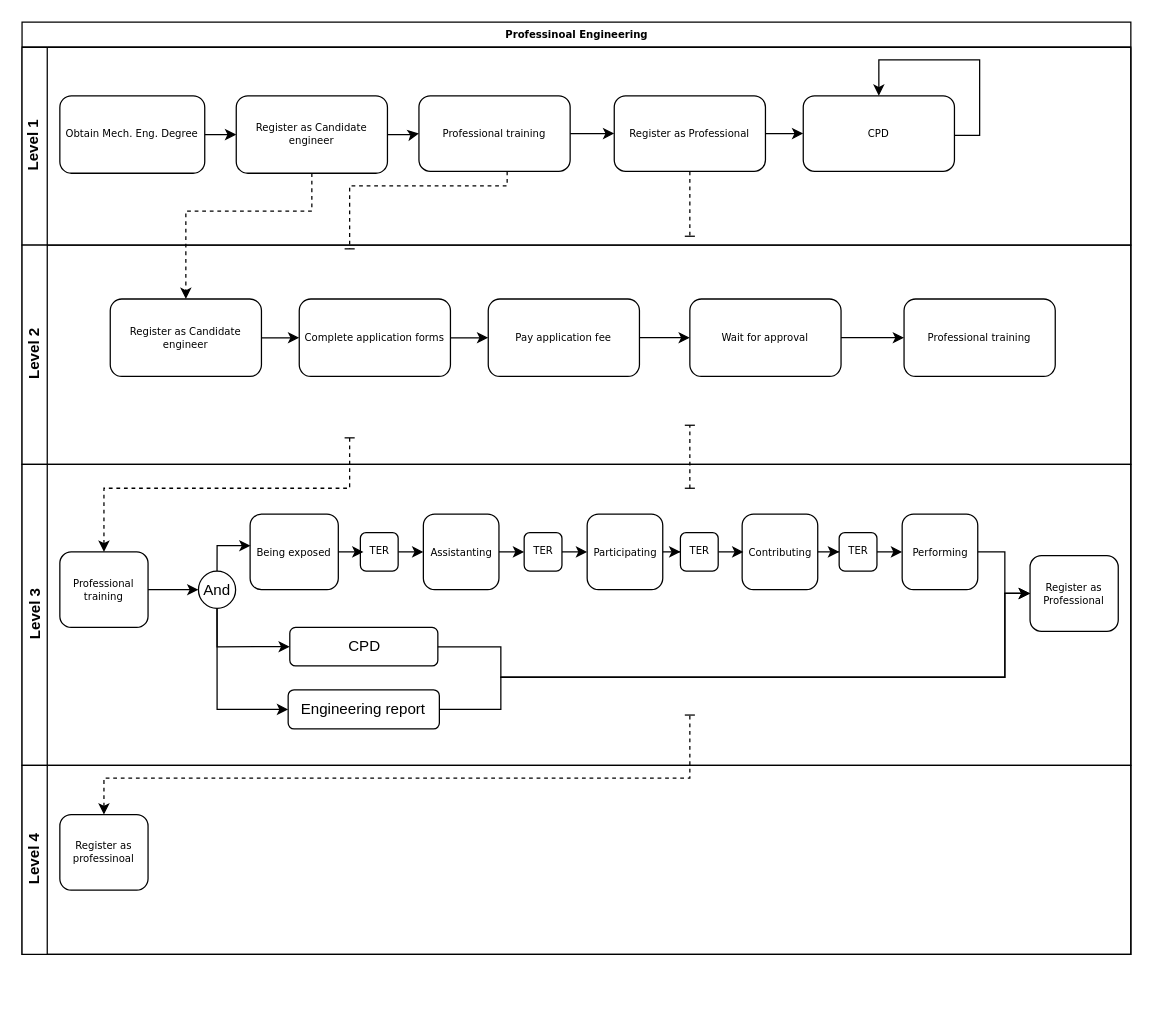
The draw.io diagram FENG ASS2.drawio in Corlieus/Diagrams, before the edit. Source tidied: cells renumbered, new cells numbered last; positions are measured from the earlier drawing's top-left corner, leaving out a move shared by most shapes. Both pictures are drawn from the tidied source at 126%, with x=0, y=0 at pixel (21, 21).
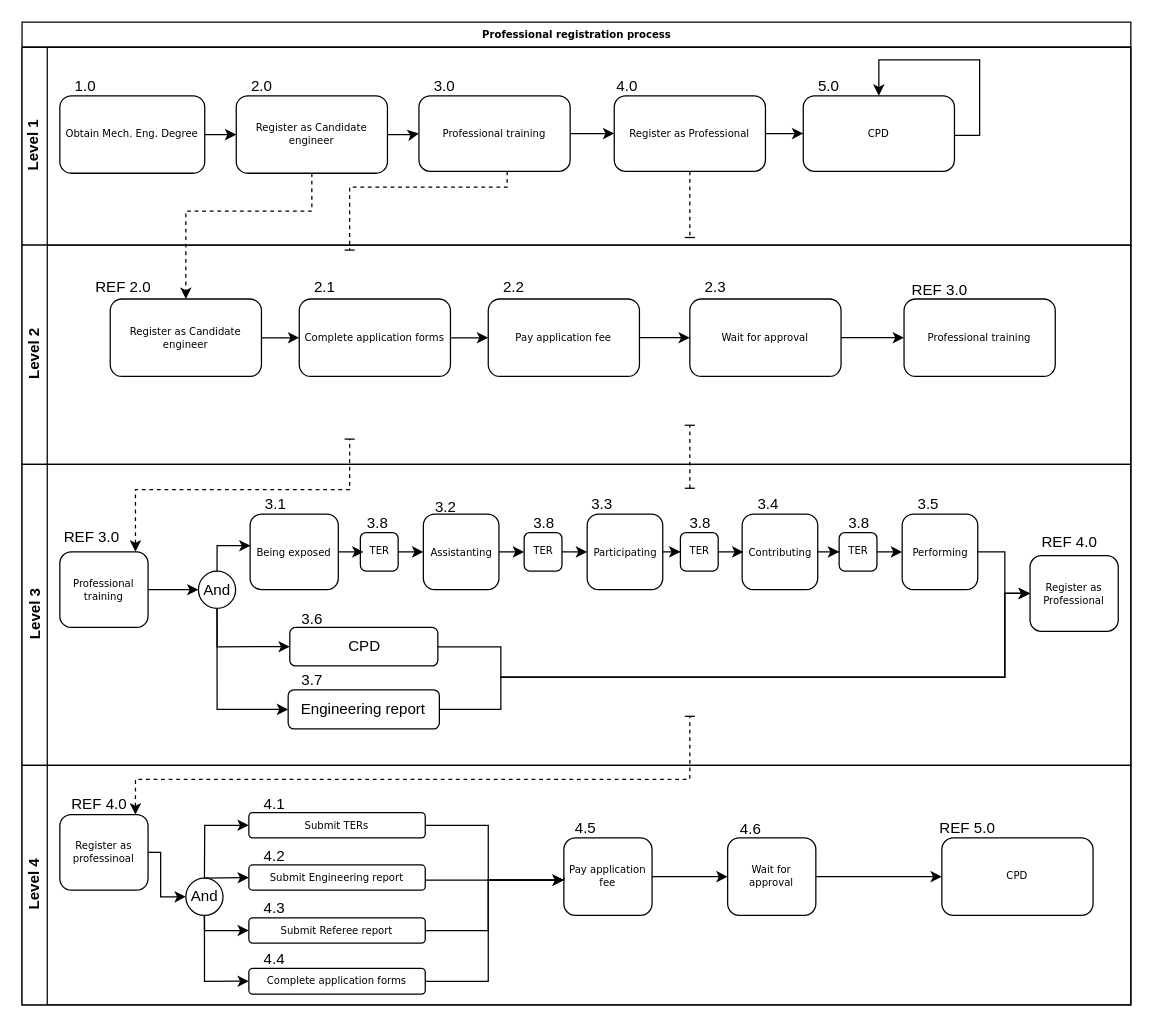
Above is the later version.

The change refers to these unchanged cells:
```xml
<mxCell id="3" value="Level 1" style="swimlane;html=1;startSize=20;horizontal=0;" parent="2" vertex="1">
  <mxGeometry y="20" width="880" height="157" as="geometry" />
</mxCell>
<mxCell id="9" value="Professional training" style="whiteSpace=wrap;html=1;fontSize=8;fontFamily=Verdana;rounded=1;shadow=0;labelBackgroundColor=none;strokeWidth=1;" parent="3" vertex="1">
  <mxGeometry x="315" y="38.5" width="120" height="60" as="geometry" />
</mxCell>
<mxCell id="11" value="Register as Professional" style="whiteSpace=wrap;html=1;fontSize=8;fontFamily=Verdana;rounded=1;shadow=0;labelBackgroundColor=none;strokeWidth=1;" parent="3" vertex="1">
  <mxGeometry x="470" y="38.5" width="120" height="60" as="geometry" />
</mxCell>
<mxCell id="25" value="Level 3" style="swimlane;html=1;startSize=20;horizontal=0;" parent="2" vertex="1">
  <mxGeometry y="351" width="880" height="239" as="geometry" />
</mxCell>
<mxCell id="27" value="Professional training" style="whiteSpace=wrap;html=1;fontSize=8;fontFamily=Verdana;rounded=1;shadow=0;labelBackgroundColor=none;strokeWidth=1;" parent="25" vertex="1">
  <mxGeometry x="30" y="69.5" width="70" height="60" as="geometry" />
</mxCell>
<mxCell id="56" value="Register as professinoal" style="whiteSpace=wrap;html=1;fontSize=8;fontFamily=Verdana;rounded=1;shadow=0;labelBackgroundColor=none;strokeWidth=1;" parent="55" vertex="1">
  <mxGeometry x="30" y="39" width="70" height="60" as="geometry" />
</mxCell>
```

What changed in the source:
```diff
@@
-    <mxCell id="2" value="Professinoal Engineering" style="swimlane;html=1;horizontal=1;startSize=20;rounded=0;shadow=0;labelBackgroundColor=none;strokeWidth=1;fontFamily=Verdana;fontSize=8;align=center;" parent="1" vertex="1">
-      <mxGeometry width="880" height="740" as="geometry" />
+    <mxCell id="2" value="Professional registration process" style="swimlane;html=1;horizontal=1;startSize=20;rounded=0;shadow=0;labelBackgroundColor=none;strokeWidth=1;fontFamily=Verdana;fontSize=8;align=center;" parent="1" vertex="1">
+      <mxGeometry width="880" height="780" as="geometry" />
     </mxCell>
@@
+    <mxCell id="62" value="1.0" style="text;html=1;align=center;verticalAlign=middle;strokeColor=none;fillColor=none;" parent="3" vertex="1">
+      <mxGeometry x="30" y="16" width="40" height="30" as="geometry" />
+    </mxCell>
+    <mxCell id="63" value="2.0" style="text;html=1;align=center;verticalAlign=middle;strokeColor=none;fillColor=none;" parent="3" vertex="1">
+      <mxGeometry x="170" y="16" width="40" height="30" as="geometry" />
+    </mxCell>
+    <mxCell id="64" value="5.0" style="text;html=1;align=center;verticalAlign=middle;strokeColor=none;fillColor=none;" parent="3" vertex="1">
+      <mxGeometry x="620" y="16" width="40" height="30" as="geometry" />
+    </mxCell>
+    <mxCell id="65" value="3.0" style="text;html=1;align=center;verticalAlign=middle;strokeColor=none;fillColor=none;" parent="3" vertex="1">
+      <mxGeometry x="315" y="16" width="40" height="30" as="geometry" />
+    </mxCell>
+    <mxCell id="66" value="4.0" style="text;html=1;align=center;verticalAlign=middle;strokeColor=none;fillColor=none;" parent="3" vertex="1">
+      <mxGeometry x="460" y="16" width="40" height="30" as="geometry" />
+    </mxCell>
@@
+    <mxCell id="67" value="REF 3.0" style="text;html=1;align=center;verticalAlign=middle;points=[];strokeColor=none;fillColor=none;" parent="25" vertex="1">
+      <mxGeometry x="20" y="42.5" width="70" height="30" as="geometry" />
+    </mxCell>
+    <mxCell id="68" value="3.1" style="text;html=1;align=center;verticalAlign=middle;strokeColor=none;fillColor=none;" parent="25" vertex="1">
+      <mxGeometry x="181" y="16.5" width="40" height="30" as="geometry" />
+    </mxCell>
+    <mxCell id="69" value="3.3" style="text;html=1;align=center;verticalAlign=middle;strokeColor=none;fillColor=none;" parent="25" vertex="1">
+      <mxGeometry x="440" y="16.5" width="40" height="30" as="geometry" />
+    </mxCell>
+    <mxCell id="70" value="3.4" style="text;html=1;align=center;verticalAlign=middle;strokeColor=none;fillColor=none;" parent="25" vertex="1">
+      <mxGeometry x="571.5" y="16.5" width="40" height="30" as="geometry" />
+    </mxCell>
+    <mxCell id="71" value="3.5" style="text;html=1;align=center;verticalAlign=middle;strokeColor=none;fillColor=none;" parent="25" vertex="1">
+      <mxGeometry x="698.5" y="16.5" width="40" height="30" as="geometry" />
+    </mxCell>
+    <mxCell id="72" value="3.6" style="text;html=1;align=center;verticalAlign=middle;strokeColor=none;fillColor=none;" parent="25" vertex="1">
+      <mxGeometry x="210" y="108.2" width="40" height="30" as="geometry" />
+    </mxCell>
+    <mxCell id="73" value="3.7" style="text;html=1;align=center;verticalAlign=middle;strokeColor=none;fillColor=none;" parent="25" vertex="1">
+      <mxGeometry x="210" y="157" width="40" height="30" as="geometry" />
+    </mxCell>
+    <mxCell id="74" value="REF 4.0" style="text;html=1;align=center;verticalAlign=middle;strokeColor=none;fillColor=none;" parent="25" vertex="1">
+      <mxGeometry x="796" y="46.5" width="70" height="30" as="geometry" />
+    </mxCell>
+    <mxCell id="75" value="3.8" style="text;html=1;align=center;verticalAlign=middle;strokeColor=none;fillColor=none;" parent="25" vertex="1">
+      <mxGeometry x="261.5" y="32" width="40" height="30" as="geometry" />
+    </mxCell>
+    <mxCell id="76" value="3.8" style="text;html=1;align=center;verticalAlign=middle;strokeColor=none;fillColor=none;" parent="25" vertex="1">
+      <mxGeometry x="393.5" y="32" width="40" height="30" as="geometry" />
+    </mxCell>
+    <mxCell id="77" value="3.8" style="text;html=1;align=center;verticalAlign=middle;strokeColor=none;fillColor=none;" parent="25" vertex="1">
+      <mxGeometry x="517.5" y="32" width="40" height="30" as="geometry" />
+    </mxCell>
+    <mxCell id="78" value="3.8" style="text;html=1;align=center;verticalAlign=middle;strokeColor=none;fillColor=none;" parent="25" vertex="1">
+      <mxGeometry x="643.5" y="32" width="40" height="30" as="geometry" />
+    </mxCell>
     <mxCell id="55" value="Level 4" style="swimlane;html=1;startSize=20;horizontal=0;" parent="2" vertex="1">
-      <mxGeometry y="590" width="880" height="150" as="geometry" />
+      <mxGeometry y="590" width="880" height="190" as="geometry" />
     </mxCell>
+    <mxCell id="79" style="edgeStyle=orthogonalEdgeStyle;rounded=0;jettySize=auto;html=1;entryX=0;entryY=0.5;entryDx=0;entryDy=0;startArrow=none;startFill=0;endArrow=classic;endFill=1;" parent="55" edge="1" source="56" target="91">
+      <mxGeometry relative="1" as="geometry">
+        <Array as="points">
+          <mxPoint x="110" y="69" />
+          <mxPoint x="110" y="104" />
+          <mxPoint x="130" y="104" />
+        </Array>
+      </mxGeometry>
+    </mxCell>
@@
+    <mxCell id="80" value="Complete application forms" style="rounded=1;whiteSpace=wrap;html=1;shadow=0;labelBackgroundColor=none;strokeWidth=1;fontFamily=Verdana;fontSize=8;align=center;" parent="55" vertex="1">
+      <mxGeometry x="180" y="161" width="140" height="20.5" as="geometry" />
+    </mxCell>
+    <mxCell id="81" style="edgeStyle=orthogonalEdgeStyle;rounded=0;jettySize=auto;html=1;entryX=0;entryY=0.5;entryDx=0;entryDy=0;startArrow=none;startFill=0;endArrow=classic;endFill=1;" parent="55" edge="1" source="82" target="84">
+      <mxGeometry relative="1" as="geometry" />
+    </mxCell>
+    <mxCell id="82" value="Pay application fee" style="rounded=1;whiteSpace=wrap;html=1;shadow=0;labelBackgroundColor=none;strokeWidth=1;fontFamily=Verdana;fontSize=8;align=center;" parent="55" vertex="1">
+      <mxGeometry x="430" y="57.5" width="70" height="61.5" as="geometry" />
+    </mxCell>
+    <mxCell id="83" style="edgeStyle=orthogonalEdgeStyle;rounded=0;jettySize=auto;html=1;entryX=0;entryY=0.5;entryDx=0;entryDy=0;startArrow=none;startFill=0;endArrow=classic;endFill=1;" parent="55" edge="1" source="84" target="85">
+      <mxGeometry relative="1" as="geometry" />
+    </mxCell>
+    <mxCell id="84" value="Wait for approval" style="rounded=1;whiteSpace=wrap;html=1;shadow=0;labelBackgroundColor=none;strokeWidth=1;fontFamily=Verdana;fontSize=8;align=center;" parent="55" vertex="1">
+      <mxGeometry x="560" y="57.5" width="70" height="61.5" as="geometry" />
+    </mxCell>
+    <mxCell id="85" value="CPD" style="rounded=1;whiteSpace=wrap;html=1;shadow=0;labelBackgroundColor=none;strokeWidth=1;fontFamily=Verdana;fontSize=8;align=center;" parent="55" vertex="1">
+      <mxGeometry x="730" y="57.5" width="120" height="61.5" as="geometry" />
+    </mxCell>
+    <mxCell id="86" style="edgeStyle=orthogonalEdgeStyle;rounded=0;jettySize=auto;html=1;startArrow=none;startFill=0;endArrow=classic;endFill=1;" parent="55" edge="1" source="87" target="82">
+      <mxGeometry relative="1" as="geometry">
+        <Array as="points">
+          <mxPoint x="370" y="48" />
+          <mxPoint x="370" y="91" />
+        </Array>
+      </mxGeometry>
+    </mxCell>
+    <mxCell id="87" value="Submit TERs" style="whiteSpace=wrap;html=1;fontSize=8;fontFamily=Verdana;rounded=1;shadow=0;labelBackgroundColor=none;strokeWidth=1;" parent="55" vertex="1">
+      <mxGeometry x="180" y="37.5" width="140" height="20" as="geometry" />
+    </mxCell>
+    <mxCell id="88" style="edgeStyle=orthogonalEdgeStyle;rounded=0;jettySize=auto;html=1;entryX=0;entryY=0.5;entryDx=0;entryDy=0;startArrow=none;startFill=0;endArrow=classic;endFill=1;" parent="55" edge="1" source="91" target="87">
+      <mxGeometry relative="1" as="geometry">
+        <Array as="points">
+          <mxPoint x="145" y="81" />
+          <mxPoint x="145" y="70" />
+          <mxPoint x="145" y="48" />
+        </Array>
+      </mxGeometry>
+    </mxCell>
+    <mxCell id="89" style="edgeStyle=orthogonalEdgeStyle;rounded=0;jettySize=auto;html=1;entryX=0;entryY=0.5;entryDx=0;entryDy=0;startArrow=none;startFill=0;endArrow=classic;endFill=1;" parent="55" edge="1" source="91" target="92">
+      <mxGeometry relative="1" as="geometry">
+        <Array as="points">
+          <mxPoint x="145" y="89" />
+        </Array>
+      </mxGeometry>
+    </mxCell>
+    <mxCell id="90" style="edgeStyle=orthogonalEdgeStyle;rounded=0;jettySize=auto;html=1;entryX=0;entryY=0.5;entryDx=0;entryDy=0;startArrow=none;startFill=0;endArrow=classic;endFill=1;" parent="55" edge="1" source="91" target="93">
+      <mxGeometry relative="1" as="geometry">
+        <Array as="points">
+          <mxPoint x="145" y="131" />
+        </Array>
+      </mxGeometry>
+    </mxCell>
+    <mxCell id="91" value="And" style="ellipse;whiteSpace=wrap;html=1;fillColor=#FFFFFF;" parent="55" vertex="1">
+      <mxGeometry x="130" y="89.5" width="29.5" height="29.5" as="geometry" />
+    </mxCell>
+    <mxCell id="92" value="Submit Engineering report" style="whiteSpace=wrap;html=1;fontSize=8;fontFamily=Verdana;rounded=1;shadow=0;labelBackgroundColor=none;strokeWidth=1;" parent="55" vertex="1">
+      <mxGeometry x="180" y="79" width="140" height="20" as="geometry" />
+    </mxCell>
+    <mxCell id="93" value="Submit Referee report" style="whiteSpace=wrap;html=1;fontSize=8;fontFamily=Verdana;rounded=1;shadow=0;labelBackgroundColor=none;strokeWidth=1;" parent="55" vertex="1">
+      <mxGeometry x="180" y="121" width="140" height="20" as="geometry" />
+    </mxCell>
+    <mxCell id="94" value="REF 4.0" style="text;html=1;align=center;verticalAlign=middle;strokeColor=none;fillColor=none;" parent="55" vertex="1">
+      <mxGeometry x="26" y="15.5" width="70" height="30" as="geometry" />
+    </mxCell>
+    <mxCell id="95" value="4.4" style="text;html=1;align=center;verticalAlign=middle;strokeColor=none;fillColor=none;" parent="55" vertex="1">
+      <mxGeometry x="180" y="139" width="40" height="30" as="geometry" />
+    </mxCell>
+    <mxCell id="96" value="4.1" style="text;html=1;align=center;verticalAlign=middle;strokeColor=none;fillColor=none;" parent="55" vertex="1">
+      <mxGeometry x="180" y="15.5" width="40" height="30" as="geometry" />
+    </mxCell>
+    <mxCell id="97" style="edgeStyle=orthogonalEdgeStyle;rounded=0;jettySize=auto;html=1;startArrow=none;startFill=0;endArrow=classic;endFill=1;entryX=0;entryY=0.5;entryDx=0;entryDy=0;" parent="55" edge="1" source="91" target="80">
+      <mxGeometry relative="1" as="geometry">
+        <Array as="points">
+          <mxPoint x="145" y="171" />
+        </Array>
+      </mxGeometry>
+    </mxCell>
+    <mxCell id="98" value="4.5" style="text;html=1;align=center;verticalAlign=middle;strokeColor=none;fillColor=none;" parent="55" vertex="1">
+      <mxGeometry x="427" y="34.5" width="40" height="30" as="geometry" />
+    </mxCell>
+    <mxCell id="99" value="4.6" style="text;html=1;align=center;verticalAlign=middle;strokeColor=none;fillColor=none;" parent="55" vertex="1">
+      <mxGeometry x="558" y="35.5" width="40" height="30" as="geometry" />
+    </mxCell>
+    <mxCell id="100" value="REF 5.0" style="text;html=1;align=center;verticalAlign=middle;strokeColor=none;fillColor=none;" parent="55" vertex="1">
+      <mxGeometry x="715" y="34.5" width="70" height="30" as="geometry" />
+    </mxCell>
@@
     <mxCell id="58" style="edgeStyle=orthogonalEdgeStyle;rounded=0;jettySize=auto;html=1;dashed=1;startArrow=none;startFill=0;endArrow=baseDash;endFill=0;" parent="1" edge="1" source="9">
       <mxGeometry relative="1" as="geometry">
-        <mxPoint x="260" y="180" as="targetPoint" />
+        <mxPoint x="260" y="181" as="targetPoint" />
         <Array as="points">
-          <mxPoint x="385" y="130" />
-          <mxPoint x="260" y="130" />
+          <mxPoint x="385" y="131" />
+          <mxPoint x="260" y="131" />
         </Array>
       </mxGeometry>
     </mxCell>
-    <mxCell id="59" style="edgeStyle=orthogonalEdgeStyle;rounded=0;jettySize=auto;html=1;dashed=1;startArrow=classic;startFill=1;endArrow=baseDash;endFill=0;exitX=0.5;exitY=0;exitDx=0;exitDy=0;" parent="1" edge="1" source="27">
+    <mxCell id="59" style="edgeStyle=orthogonalEdgeStyle;rounded=0;jettySize=auto;html=1;dashed=1;startArrow=classic;startFill=1;endArrow=baseDash;endFill=0;exitX=1;exitY=0.894;exitDx=0;exitDy=0;exitPerimeter=0;" parent="1" edge="1" source="67">
       <mxGeometry relative="1" as="geometry">
-        <mxPoint x="260" y="330" as="targetPoint" />
+        <mxPoint x="260" y="331" as="targetPoint" />
         <Array as="points">
-          <mxPoint x="65" y="370" />
-          <mxPoint x="260" y="370" />
+          <mxPoint x="90" y="371" />
+          <mxPoint x="260" y="371" />
         </Array>
       </mxGeometry>
     </mxCell>
     <mxCell id="60" style="edgeStyle=orthogonalEdgeStyle;rounded=0;jettySize=auto;html=1;startArrow=none;startFill=0;endArrow=baseDash;endFill=0;dashed=1;" parent="1" edge="1" source="11">
       <mxGeometry relative="1" as="geometry">
-        <mxPoint x="530" y="170" as="targetPoint" />
+        <mxPoint x="530" y="171" as="targetPoint" />
       </mxGeometry>
     </mxCell>
-    <mxCell id="61" style="edgeStyle=orthogonalEdgeStyle;rounded=0;jettySize=auto;html=1;exitX=0.5;exitY=0;exitDx=0;exitDy=0;dashed=1;startArrow=classic;startFill=1;endArrow=baseDash;endFill=0;" parent="1" edge="1" source="56">
+    <mxCell id="61" style="edgeStyle=orthogonalEdgeStyle;rounded=0;orthogonalLoop=1;jettySize=auto;html=1;dashed=1;startArrow=classic;startFill=1;endArrow=baseDash;endFill=0;" parent="1" edge="1">
       <mxGeometry relative="1" as="geometry">
-        <mxPoint x="530" y="550" as="targetPoint" />
+        <mxPoint x="90" y="629" as="sourcePoint" />
+        <mxPoint x="530" y="551" as="targetPoint" />
         <Array as="points">
-          <mxPoint x="65" y="600" />
-          <mxPoint x="530" y="600" />
+          <mxPoint x="90" y="629" />
+          <mxPoint x="90" y="601" />
+          <mxPoint x="530" y="601" />
         </Array>
       </mxGeometry>
     </mxCell>
+    <mxCell id="101" value="REF 2.0" style="text;html=1;align=center;verticalAlign=middle;strokeColor=none;fillColor=none;" parent="1" vertex="1">
+      <mxGeometry x="45" y="196" width="70" height="30" as="geometry" />
+    </mxCell>
+    <mxCell id="102" value="2.1" style="text;html=1;align=center;verticalAlign=middle;strokeColor=none;fillColor=none;" parent="1" vertex="1">
+      <mxGeometry x="220" y="196" width="40" height="30" as="geometry" />
+    </mxCell>
+    <mxCell id="103" value="2.2" style="text;html=1;align=center;verticalAlign=middle;strokeColor=none;fillColor=none;" parent="1" vertex="1">
+      <mxGeometry x="370" y="196" width="40" height="30" as="geometry" />
+    </mxCell>
+    <mxCell id="104" value="2.3" style="text;html=1;align=center;verticalAlign=middle;strokeColor=none;fillColor=none;" parent="1" vertex="1">
+      <mxGeometry x="530" y="196" width="40" height="30" as="geometry" />
+    </mxCell>
+    <mxCell id="105" value="REF 3.0" style="text;html=1;align=center;verticalAlign=middle;strokeColor=none;fillColor=none;" parent="1" vertex="1">
+      <mxGeometry x="693" y="198" width="70" height="30" as="geometry" />
+    </mxCell>
+    <mxCell id="106" value="3.2" style="text;html=1;align=center;verticalAlign=middle;strokeColor=none;fillColor=none;" parent="1" vertex="1">
+      <mxGeometry x="316" y="370" width="40" height="30" as="geometry" />
+    </mxCell>
+    <mxCell id="107" value="4.2" style="text;html=1;align=center;verticalAlign=middle;strokeColor=none;fillColor=none;" parent="1" vertex="1">
+      <mxGeometry x="180" y="647" width="40" height="30" as="geometry" />
+    </mxCell>
+    <mxCell id="108" value="4.3" style="text;html=1;align=center;verticalAlign=middle;strokeColor=none;fillColor=none;" parent="1" vertex="1">
+      <mxGeometry x="180" y="689" width="40" height="30" as="geometry" />
+    </mxCell>
+    <mxCell id="109" style="edgeStyle=orthogonalEdgeStyle;rounded=0;jettySize=auto;html=1;startArrow=none;startFill=0;endArrow=none;endFill=0;" parent="1" edge="1" source="92">
+      <mxGeometry relative="1" as="geometry">
+        <mxPoint x="430" y="679" as="targetPoint" />
+        <Array as="points">
+          <mxPoint x="430" y="681" />
+        </Array>
+      </mxGeometry>
+    </mxCell>
+    <mxCell id="110" style="edgeStyle=orthogonalEdgeStyle;rounded=0;jettySize=auto;html=1;startArrow=none;startFill=0;endArrow=classic;endFill=1;" parent="1" edge="1" source="93">
+      <mxGeometry relative="1" as="geometry">
+        <mxPoint x="430" y="681" as="targetPoint" />
+        <Array as="points">
+          <mxPoint x="370" y="721" />
+          <mxPoint x="370" y="681" />
+        </Array>
+      </mxGeometry>
+    </mxCell>
+    <mxCell id="111" style="edgeStyle=orthogonalEdgeStyle;rounded=0;jettySize=auto;html=1;startArrow=none;startFill=0;endArrow=none;endFill=0;" parent="1" edge="1" source="80">
+      <mxGeometry relative="1" as="geometry">
+        <mxPoint x="430" y="681" as="targetPoint" />
+        <Array as="points">
+          <mxPoint x="370" y="761" />
+          <mxPoint x="370" y="681" />
+        </Array>
+      </mxGeometry>
+    </mxCell>
```
